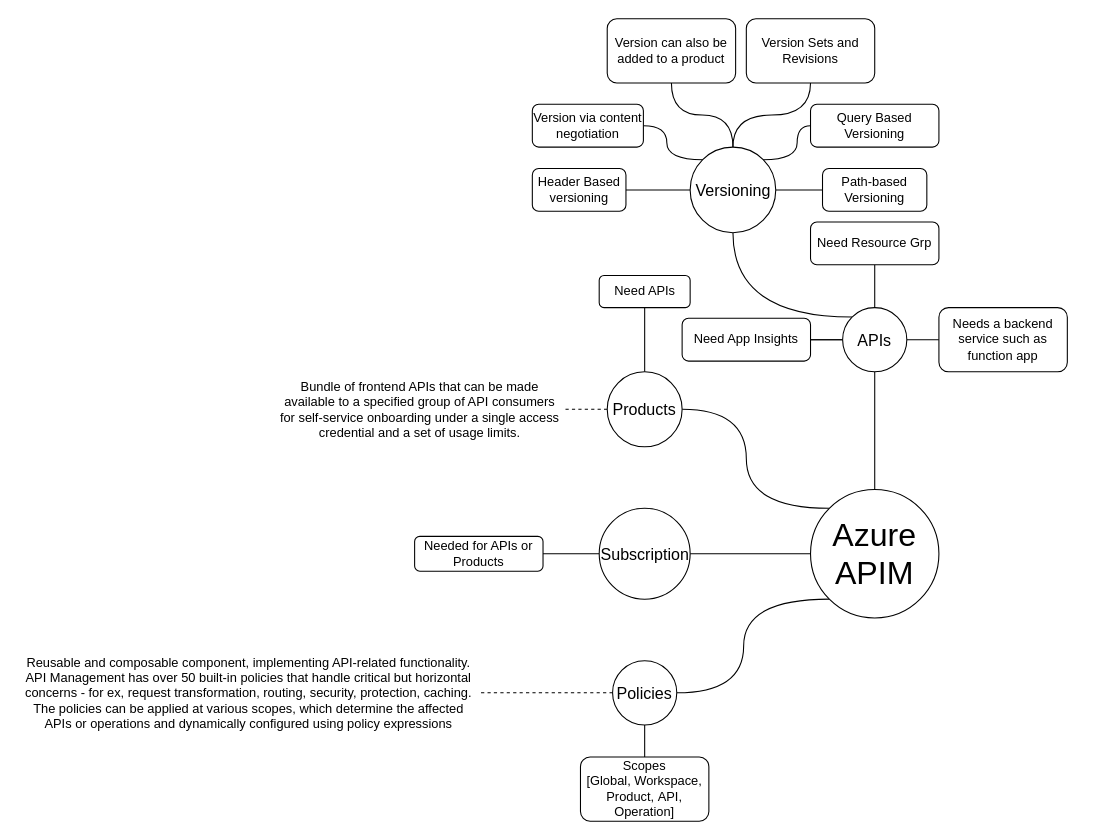
Gaur4vGaur/probable-octo keeps this draw.io diagram as page "Azure APIM" (1 of 2) of Azure/APIs.drawio. Above is the earlier version. Source tidied: cells renumbered, new cells numbered last; positions are measured from the earlier drawing's top-left corner, leaving out a move shared by most shapes. Both pictures are drawn from the tidied source at 107%, with x=0, y=0 at pixel (18, 18).
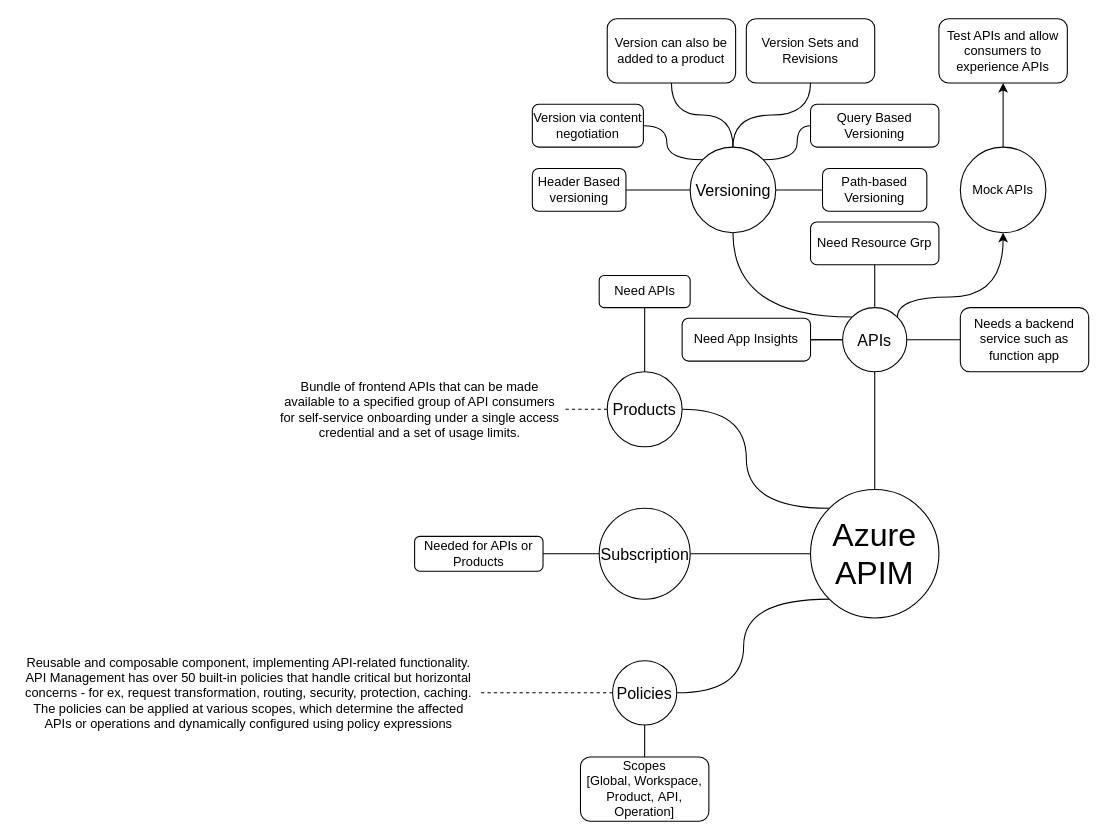
The same diagram, later.

Unchanged cells that the change refers to:
```xml
<mxCell id="12" value="&lt;span style=&quot;font-size: 15px;&quot;&gt;APIs&lt;/span&gt;" style="ellipse;whiteSpace=wrap;html=1;rounded=1;" parent="1" vertex="1">
  <mxGeometry x="770" y="270" width="60" height="60" as="geometry" />
</mxCell>
```

The edit, as a diff of the source:
```diff
@@
+    <mxCell id="42" style="edgeStyle=orthogonalEdgeStyle;rounded=1;jettySize=auto;html=1;curved=1;exitX=1;exitY=0;exitDx=0;exitDy=0;entryX=0.5;entryY=1;entryDx=0;entryDy=0;" parent="1" edge="1" source="12" target="44">
+      <mxGeometry relative="1" as="geometry">
+        <Array as="points">
+          <mxPoint x="821" y="260" />
+          <mxPoint x="920" y="260" />
+        </Array>
+      </mxGeometry>
+    </mxCell>
@@
     <mxCell id="13" value="Needs a backend service such as function app" style="whiteSpace=wrap;html=1;rounded=1;" parent="1" vertex="1">
-      <mxGeometry x="860" y="270" width="120" height="60" as="geometry" />
+      <mxGeometry x="880" y="270" width="120" height="60" as="geometry" />
     </mxCell>
@@
-    <mxCell id="27" value="Reusable and composable component, implementing API-related functionality. API Management has over 50 built-in policies that handle critical but horizontal concerns - for ex, request transformation, routing, security, protection, caching. The policies can be applied at various scopes, which determine the affected APIs or operations and dynamically configured using policy expressions" style="text;html=1;strokeColor=none;fillColor=none;align=center;verticalAlign=middle;whiteSpace=wrap;rounded=0;fontSize=12;fontFamily=Helvetica;fontColor=default;" parent="1" vertex="1">
+    <mxCell id="27" value="Reusable and composable component, implementing API-related functionality. API Management has over 50 built-in policies that handle critical but horizontal concerns - for ex, request transformation, routing, security, protection, caching. The policies can be applied at various scopes, which determine the affected APIs or operations and dynamically configured using policy expressions" style="text;html=1;strokeColor=none;fillColor=none;align=center;verticalAlign=middle;whiteSpace=wrap;rounded=1;fontSize=12;fontFamily=Helvetica;fontColor=default;" parent="1" vertex="1">
       <mxGeometry y="615" width="430" height="30" as="geometry" />
     </mxCell>
@@
+    <mxCell id="43" style="edgeStyle=orthogonalEdgeStyle;shape=connector;curved=1;rounded=1;jettySize=auto;html=1;labelBackgroundColor=default;strokeColor=default;fontFamily=Helvetica;fontSize=11;fontColor=default;endArrow=classic;" parent="1" edge="1" source="44" target="45">
+      <mxGeometry relative="1" as="geometry" />
+    </mxCell>
+    <mxCell id="44" value="Mock APIs" style="ellipse;whiteSpace=wrap;html=1;rounded=1;" parent="1" vertex="1">
+      <mxGeometry x="880" y="120" width="80" height="80" as="geometry" />
+    </mxCell>
+    <mxCell id="45" value="Test APIs and allow consumers to experience APIs" style="whiteSpace=wrap;html=1;rounded=1;" parent="1" vertex="1">
+      <mxGeometry x="860" width="120" height="60" as="geometry" />
+    </mxCell>
```
